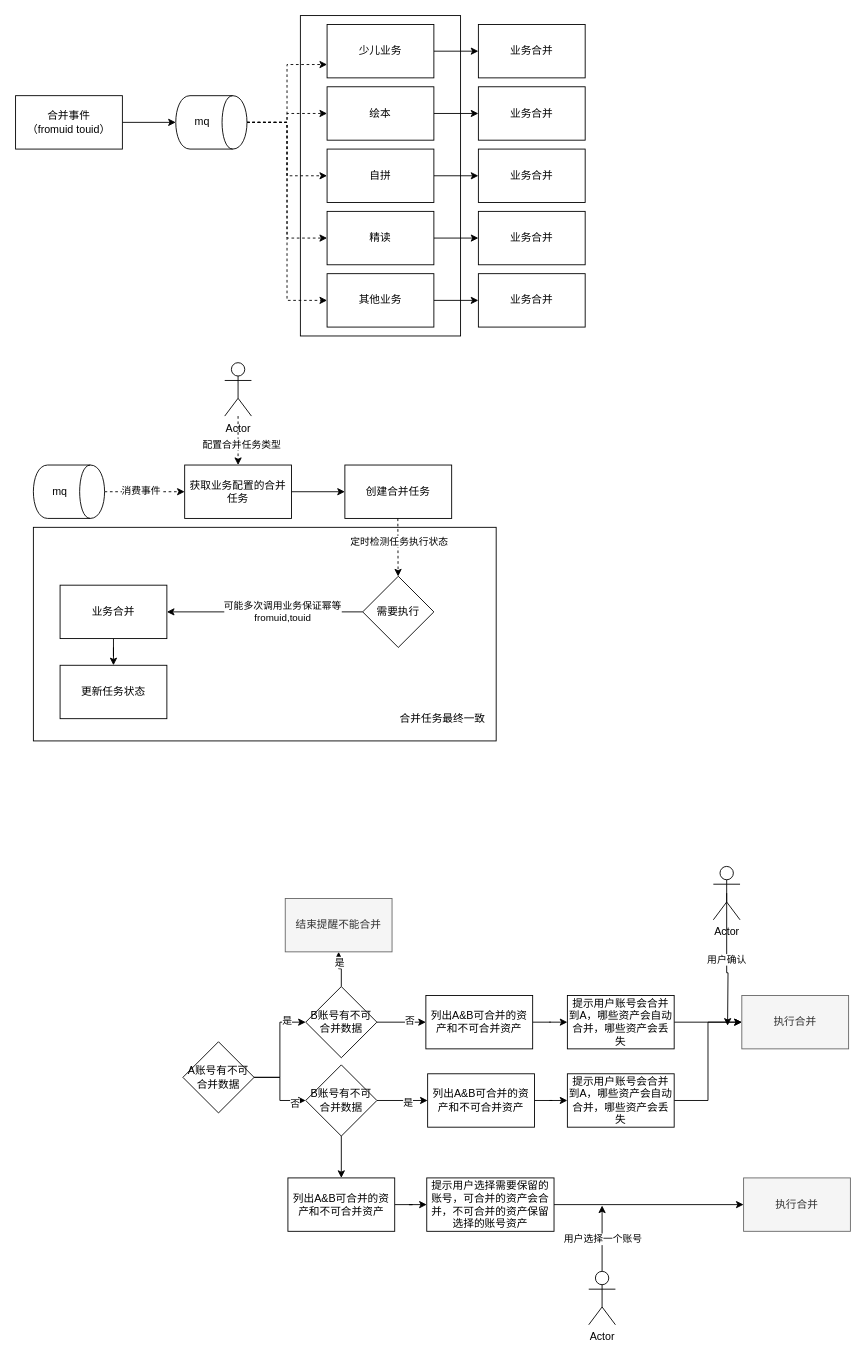
Above: page "资产合并流程" (11 of 11) of test.drawio in joeytang/imgs (draw.io), before the change. Source tidied: cells renumbered, new cells numbered last; positions are measured from the earlier drawing's top-left corner, leaving out a move shared by most shapes. Both pictures are drawn from the tidied source at 89%, with x=0, y=0 at pixel (15, 15).
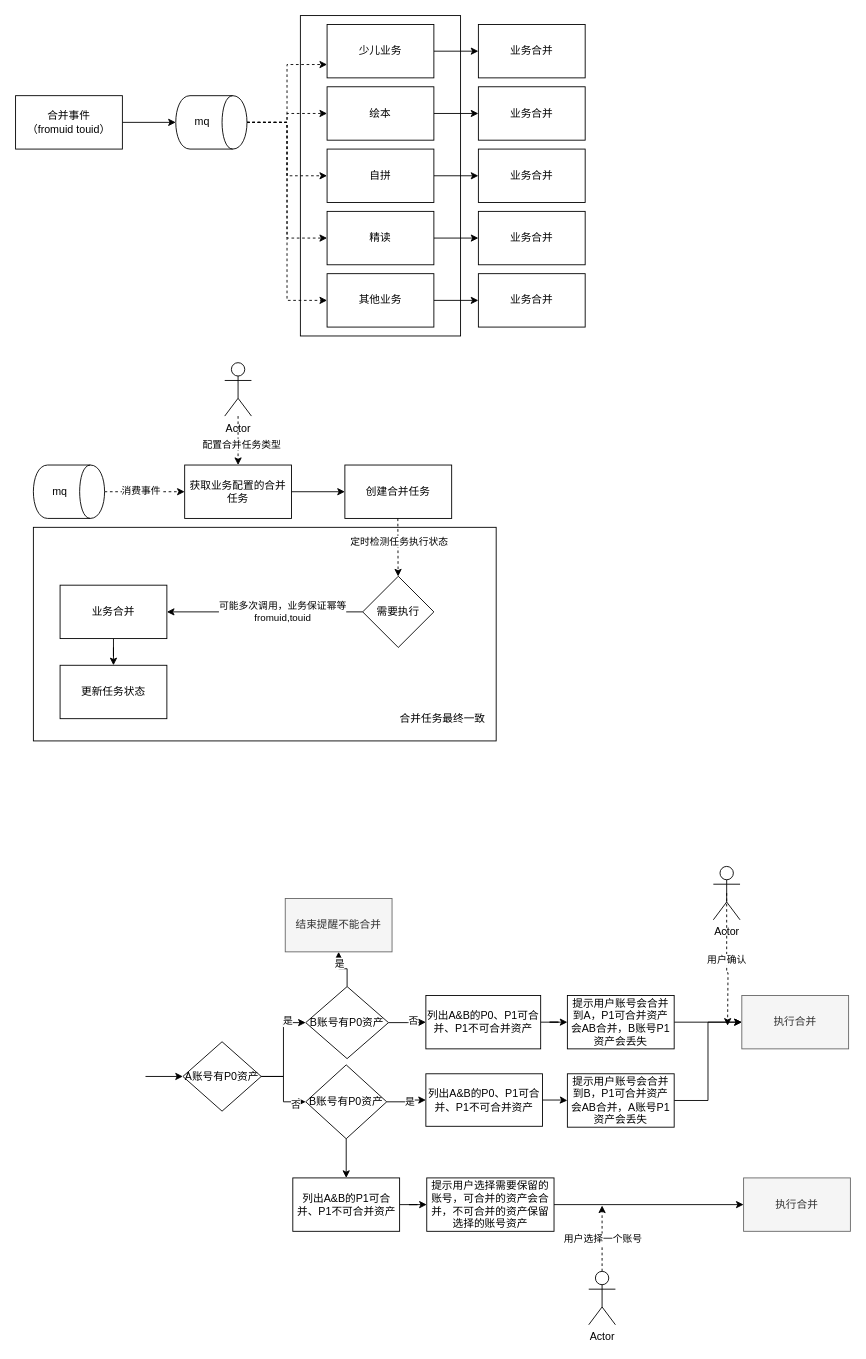
Above is the later version.

Unchanged cells that the change refers to:
```xml
<mxCell id="38" style="edgeStyle=orthogonalEdgeStyle;rounded=0;jettySize=auto;html=1;" parent="1" edge="1" source="40" target="42">
  <mxGeometry relative="1" as="geometry" />
</mxCell>
<mxCell id="68" value="Actor" style="shape=umlActor;verticalLabelPosition=bottom;verticalAlign=top;html=1;outlineConnect=0;" parent="1" vertex="1">
  <mxGeometry x="784" y="956" width="30" height="60" as="geometry" />
</mxCell>
<mxCell id="78" value="Actor" style="shape=umlActor;verticalLabelPosition=bottom;verticalAlign=top;html=1;outlineConnect=0;" parent="1" vertex="1">
  <mxGeometry x="644" y="1411" width="30" height="60" as="geometry" />
</mxCell>
```

Diff of the diagram source:
```diff
@@
-    <mxCell id="39" value="可能多次调用业务保证幂等&lt;br&gt;fromuid,touid" style="edgeLabel;html=1;align=center;verticalAlign=middle;" parent="38" vertex="1">
+    <mxCell id="39" value="可能多次调用，业务保证幂等&lt;br&gt;fromuid,touid" style="edgeLabel;html=1;align=center;verticalAlign=middle;" parent="38" vertex="1">
       <mxGeometry x="-0.17" y="-1" relative="1" as="geometry" />
     </mxCell>
@@
-    <mxCell id="51" value="A账号有不可合并数据" style="rhombus;whiteSpace=wrap;html=1;" parent="1" vertex="1">
-      <mxGeometry x="188" y="1153" width="80" height="80" as="geometry" />
+    <mxCell id="51" value="A账号有P0资产" style="rhombus;whiteSpace=wrap;html=1;" parent="1" vertex="1">
+      <mxGeometry x="188" y="1153" width="88" height="78" as="geometry" />
     </mxCell>
@@
-    <mxCell id="56" value="B账号有不可合并数据" style="rhombus;whiteSpace=wrap;html=1;" parent="1" vertex="1">
-      <mxGeometry x="326" y="1091" width="80" height="80" as="geometry" />
+    <mxCell id="56" value="B账号有P0资产" style="rhombus;whiteSpace=wrap;html=1;" parent="1" vertex="1">
+      <mxGeometry x="326" y="1091" width="93" height="81" as="geometry" />
     </mxCell>
@@
-    <mxCell id="60" value="B账号有不可合并数据" style="rhombus;whiteSpace=wrap;html=1;" parent="1" vertex="1">
-      <mxGeometry x="326" y="1179" width="80" height="80" as="geometry" />
+    <mxCell id="60" value="B账号有P0资产" style="rhombus;whiteSpace=wrap;html=1;" parent="1" vertex="1">
+      <mxGeometry x="326" y="1179" width="91" height="83" as="geometry" />
     </mxCell>
@@
-    <mxCell id="63" value="列出A&amp;amp;B可合并的资产和不可合并资产" style="rounded=0;whiteSpace=wrap;html=1;" parent="1" vertex="1">
-      <mxGeometry x="461" y="1101" width="120" height="60" as="geometry" />
+    <mxCell id="63" value="列出A&amp;amp;B的P0、P1可合并、P1不可合并资产" style="rounded=0;whiteSpace=wrap;html=1;" parent="1" vertex="1">
+      <mxGeometry x="461" y="1101" width="129" height="60" as="geometry" />
     </mxCell>
@@
-    <mxCell id="65" value="提示用户账号会合并到A，哪些资产会自动合并，哪些资产会丢失" style="rounded=0;whiteSpace=wrap;html=1;" parent="1" vertex="1">
+    <mxCell id="65" value="提示用户账号会合并到A，P1可合并资产会AB合并，B账号P1资产会丢失" style="rounded=0;whiteSpace=wrap;html=1;" parent="1" vertex="1">
       <mxGeometry x="620" y="1101" width="120" height="60" as="geometry" />
     </mxCell>
@@
-    <mxCell id="67" value="用户确认" style="edgeStyle=orthogonalEdgeStyle;rounded=0;jettySize=auto;html=1;exitX=0.5;exitY=0.5;exitDx=0;exitDy=0;exitPerimeter=0;" parent="1" edge="1" source="68">
+    <mxCell id="67" value="用户确认" style="edgeStyle=orthogonalEdgeStyle;rounded=0;jettySize=auto;html=1;exitX=0.5;exitY=0.5;exitDx=0;exitDy=0;exitPerimeter=0;dashed=1;" parent="1" edge="1" source="68">
       <mxGeometry relative="1" as="geometry">
         <mxPoint x="800" y="1135" as="targetPoint" />
       </mxGeometry>
     </mxCell>
@@
-    <mxCell id="70" value="列出A&amp;amp;B可合并的资产和不可合并资产" style="rounded=0;whiteSpace=wrap;html=1;" parent="1" vertex="1">
-      <mxGeometry x="463" y="1189" width="120" height="60" as="geometry" />
+    <mxCell id="70" value="列出A&amp;amp;B的P0、P1可合并、P1不可合并资产" style="rounded=0;whiteSpace=wrap;html=1;" parent="1" vertex="1">
+      <mxGeometry x="461" y="1189" width="131" height="59" as="geometry" />
     </mxCell>
@@
-    <mxCell id="72" value="提示用户账号会合并到A，哪些资产会自动合并，哪些资产会丢失" style="rounded=0;whiteSpace=wrap;html=1;" parent="1" vertex="1">
+    <mxCell id="72" value="提示用户账号会合并到B，P1可合并资产会AB合并，A账号P1资产会丢失" style="rounded=0;whiteSpace=wrap;html=1;" parent="1" vertex="1">
       <mxGeometry x="620" y="1189" width="120" height="60" as="geometry" />
     </mxCell>
@@
-    <mxCell id="75" value="列出A&amp;amp;B可合并的资产和不可合并资产" style="rounded=0;whiteSpace=wrap;html=1;" parent="1" vertex="1">
-      <mxGeometry x="306" y="1306" width="120" height="60" as="geometry" />
+    <mxCell id="75" value="列出A&amp;amp;B的P1可合并、P1不可合并资产" style="rounded=0;whiteSpace=wrap;html=1;" parent="1" vertex="1">
+      <mxGeometry x="311.5" y="1306" width="120" height="60" as="geometry" />
     </mxCell>
@@
-    <mxCell id="77" value="用户选择一个账号" style="edgeStyle=orthogonalEdgeStyle;rounded=0;jettySize=auto;html=1;" parent="1" edge="1" source="78">
+    <mxCell id="77" value="用户选择一个账号" style="edgeStyle=orthogonalEdgeStyle;rounded=0;jettySize=auto;html=1;dashed=1;" parent="1" edge="1" source="78">
       <mxGeometry relative="1" as="geometry">
         <mxPoint x="659" y="1337" as="targetPoint" />
       </mxGeometry>
     </mxCell>
@@
+    <mxCell id="80" style="endArrow=classic;html=1;fontSize=15;fontColor=#330000;" parent="1" edge="1" target="51">
+      <mxGeometry relative="1" as="geometry">
+        <mxPoint x="146" y="1192" as="sourcePoint" />
+      </mxGeometry>
+    </mxCell>
```
